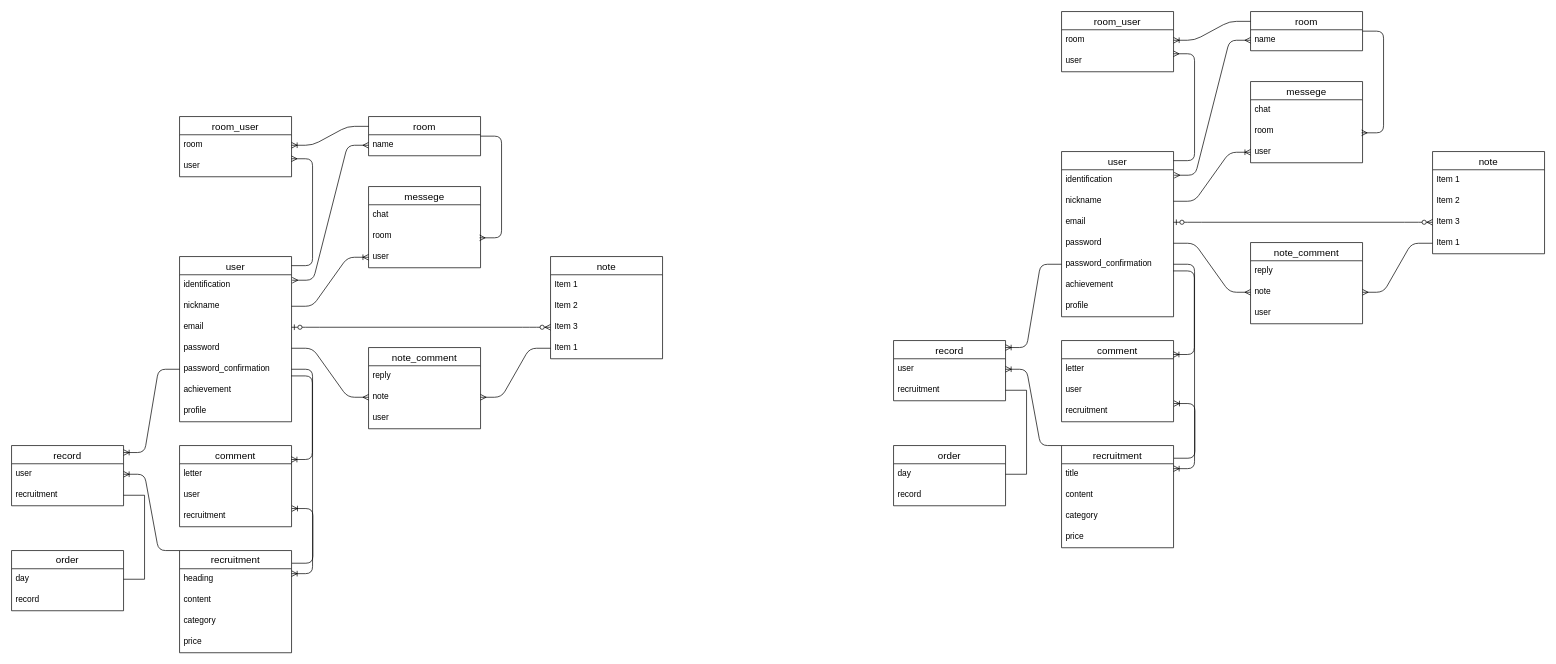
Above: skillskip.dio in tsunodayuki0302/skillskip_app (draw.io), before the change. Source tidied: cells renumbered, new cells numbered last; positions are measured from the earlier drawing's top-left corner, leaving out a move shared by most shapes. Both pictures are drawn from the tidied source at 70%, with x=0, y=0 at pixel (11, 11).
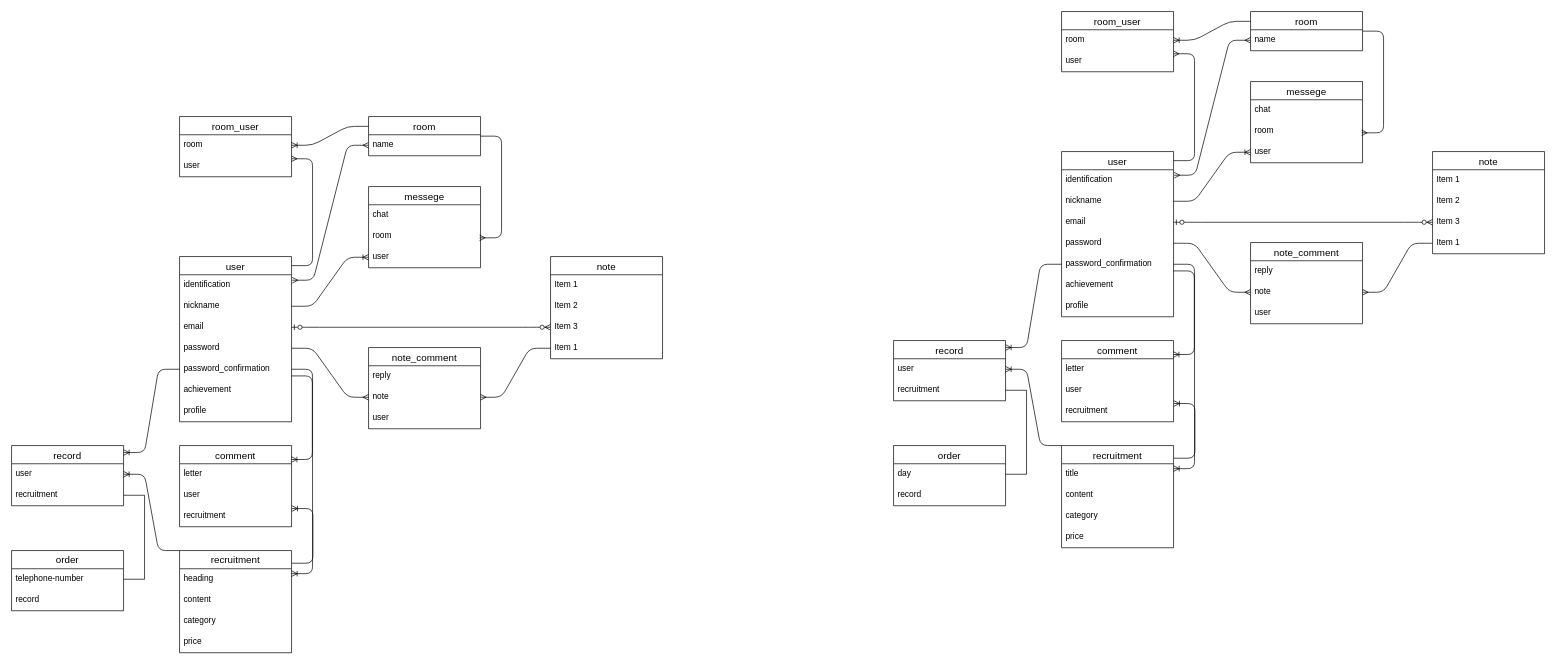
After the change.

Unchanged cells that the change refers to:
```xml
<mxCell id="54" value="order" style="swimlane;fontStyle=0;horizontal=1;startSize=26;align=center;fontSize=14;" parent="1" vertex="1">
  <mxGeometry y="770" width="160" height="86" as="geometry" />
</mxCell>
```

Diff of the diagram source:
```diff
@@
-    <mxCell id="55" value="day" style="text;strokeColor=none;fillColor=none;spacingLeft=4;spacingRight=4;overflow=hidden;points=[[0,0.5],[1,0.5]];portConstraint=eastwest;fontSize=12;" parent="54" vertex="1">
+    <mxCell id="55" value="telephone-number" style="text;strokeColor=none;fillColor=none;spacingLeft=4;spacingRight=4;overflow=hidden;points=[[0,0.5],[1,0.5]];portConstraint=eastwest;fontSize=12;" parent="54" vertex="1">
       <mxGeometry y="26" width="160" height="30" as="geometry" />
     </mxCell>
```
